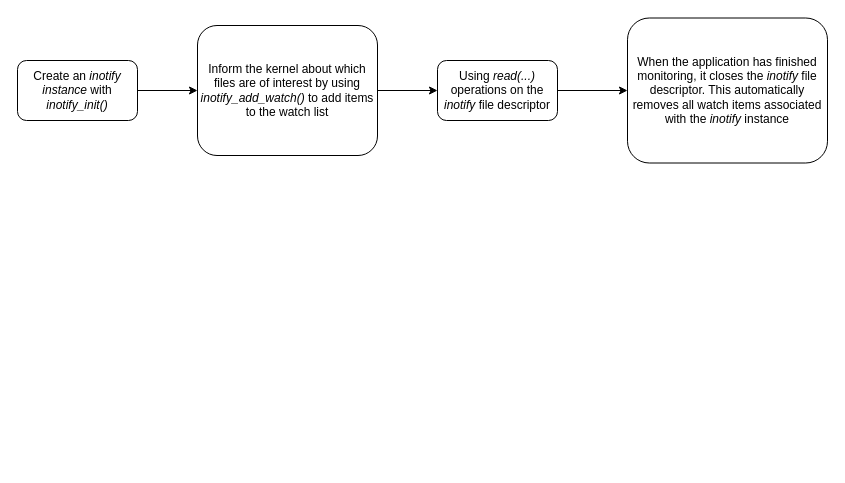
Above: inotify_usage.drawio in da0p/diagram-notes (draw.io), before the change. Source tidied: cells renumbered, new cells numbered last; positions are measured from the earlier drawing's top-left corner, leaving out a move shared by most shapes. Both pictures are drawn from the tidied source at 100%, with x=0, y=0 at pixel (17, 17).
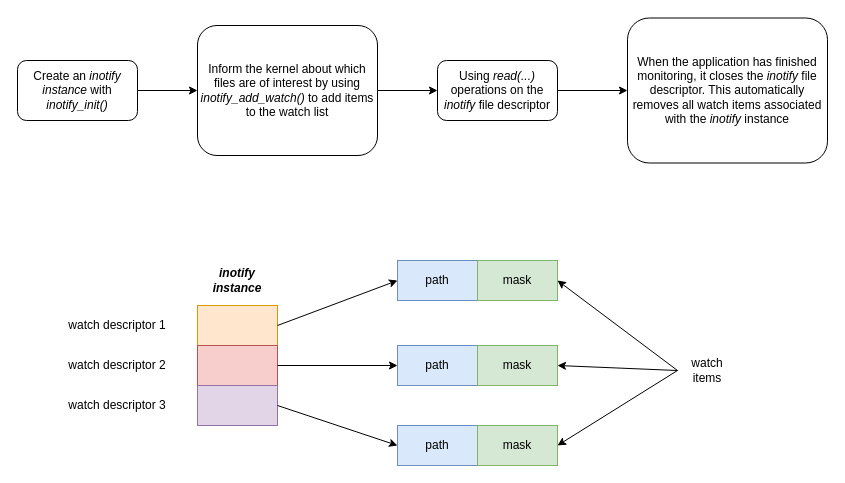
Above is the later version.

Change to the diagram source:
```diff
@@
+    <mxCell id="9" style="rounded=0;whiteSpace=wrap;html=1;fillColor=#ffe6cc;strokeColor=#d79b00;" parent="1" vertex="1">
+      <mxGeometry x="180" y="288" width="80" height="40" as="geometry" />
+    </mxCell>
+    <mxCell id="10" value="&lt;b&gt;&lt;i&gt;inotify instance&lt;/i&gt;&lt;/b&gt;" style="text;html=1;align=center;verticalAlign=middle;whiteSpace=wrap;rounded=0;" parent="1" vertex="1">
+      <mxGeometry x="190" y="248" width="60" height="30" as="geometry" />
+    </mxCell>
+    <mxCell id="11" style="rounded=0;whiteSpace=wrap;html=1;fillColor=#f8cecc;strokeColor=#b85450;" parent="1" vertex="1">
+      <mxGeometry x="180" y="328" width="80" height="40" as="geometry" />
+    </mxCell>
+    <mxCell id="12" style="rounded=0;whiteSpace=wrap;html=1;fillColor=#e1d5e7;strokeColor=#9673a6;" parent="1" vertex="1">
+      <mxGeometry x="180" y="368" width="80" height="40" as="geometry" />
+    </mxCell>
+    <mxCell id="13" value="watch descriptor 1" style="text;html=1;align=center;verticalAlign=middle;whiteSpace=wrap;rounded=0;" parent="1" vertex="1">
+      <mxGeometry x="20" y="293" width="160" height="30" as="geometry" />
+    </mxCell>
+    <mxCell id="14" value="watch descriptor 2" style="text;html=1;align=center;verticalAlign=middle;whiteSpace=wrap;rounded=0;" parent="1" vertex="1">
+      <mxGeometry x="20" y="333" width="160" height="30" as="geometry" />
+    </mxCell>
+    <mxCell id="15" value="watch descriptor 3" style="text;html=1;align=center;verticalAlign=middle;whiteSpace=wrap;rounded=0;" parent="1" vertex="1">
+      <mxGeometry x="20" y="373" width="160" height="30" as="geometry" />
+    </mxCell>
+    <mxCell id="16" value="path" style="rounded=0;whiteSpace=wrap;html=1;fillColor=#dae8fc;strokeColor=#6c8ebf;" parent="1" vertex="1">
+      <mxGeometry x="380" y="243" width="80" height="40" as="geometry" />
+    </mxCell>
+    <mxCell id="17" value="mask" style="rounded=0;whiteSpace=wrap;html=1;fillColor=#d5e8d4;strokeColor=#82b366;" parent="1" vertex="1">
+      <mxGeometry x="460" y="243" width="80" height="40" as="geometry" />
+    </mxCell>
+    <mxCell id="18" value="path" style="rounded=0;whiteSpace=wrap;html=1;fillColor=#dae8fc;strokeColor=#6c8ebf;" parent="1" vertex="1">
+      <mxGeometry x="380" y="328" width="80" height="40" as="geometry" />
+    </mxCell>
+    <mxCell id="19" value="mask" style="rounded=0;whiteSpace=wrap;html=1;fillColor=#d5e8d4;strokeColor=#82b366;" parent="1" vertex="1">
+      <mxGeometry x="460" y="328" width="80" height="40" as="geometry" />
+    </mxCell>
+    <mxCell id="20" value="path" style="rounded=0;whiteSpace=wrap;html=1;fillColor=#dae8fc;strokeColor=#6c8ebf;" parent="1" vertex="1">
+      <mxGeometry x="380" y="408" width="80" height="40" as="geometry" />
+    </mxCell>
+    <mxCell id="21" value="mask" style="rounded=0;whiteSpace=wrap;html=1;fillColor=#d5e8d4;strokeColor=#82b366;" parent="1" vertex="1">
+      <mxGeometry x="460" y="408" width="80" height="40" as="geometry" />
+    </mxCell>
+    <mxCell id="22" style="endArrow=classic;html=1;rounded=0;exitX=1;exitY=0.5;exitDx=0;exitDy=0;entryX=0;entryY=0.5;entryDx=0;entryDy=0;" parent="1" edge="1" source="9" target="16">
+      <mxGeometry relative="1" as="geometry" />
+    </mxCell>
+    <mxCell id="23" style="endArrow=classic;html=1;rounded=0;exitX=1;exitY=0.5;exitDx=0;exitDy=0;entryX=0;entryY=0.5;entryDx=0;entryDy=0;" parent="1" edge="1" source="11" target="18">
+      <mxGeometry relative="1" as="geometry" />
+    </mxCell>
+    <mxCell id="24" style="endArrow=classic;html=1;rounded=0;exitX=1;exitY=0.5;exitDx=0;exitDy=0;entryX=0;entryY=0.5;entryDx=0;entryDy=0;" parent="1" edge="1" source="12" target="20">
+      <mxGeometry relative="1" as="geometry" />
+    </mxCell>
+    <mxCell id="25" value="watch items" style="text;html=1;align=center;verticalAlign=middle;whiteSpace=wrap;rounded=0;" parent="1" vertex="1">
+      <mxGeometry x="660" y="338" width="60" height="30" as="geometry" />
+    </mxCell>
+    <mxCell id="26" style="endArrow=classic;html=1;rounded=0;entryX=1;entryY=0.5;entryDx=0;entryDy=0;exitX=0;exitY=0.5;exitDx=0;exitDy=0;" parent="1" edge="1" source="25" target="17">
+      <mxGeometry relative="1" as="geometry" />
+    </mxCell>
+    <mxCell id="27" style="endArrow=classic;html=1;rounded=0;entryX=1;entryY=0.5;entryDx=0;entryDy=0;exitX=0;exitY=0.5;exitDx=0;exitDy=0;" parent="1" edge="1" source="25" target="19">
+      <mxGeometry relative="1" as="geometry" />
+    </mxCell>
+    <mxCell id="28" style="endArrow=classic;html=1;rounded=0;entryX=1;entryY=0.5;entryDx=0;entryDy=0;exitX=0;exitY=0.5;exitDx=0;exitDy=0;" parent="1" edge="1" source="25" target="21">
+      <mxGeometry relative="1" as="geometry" />
+    </mxCell>
```
